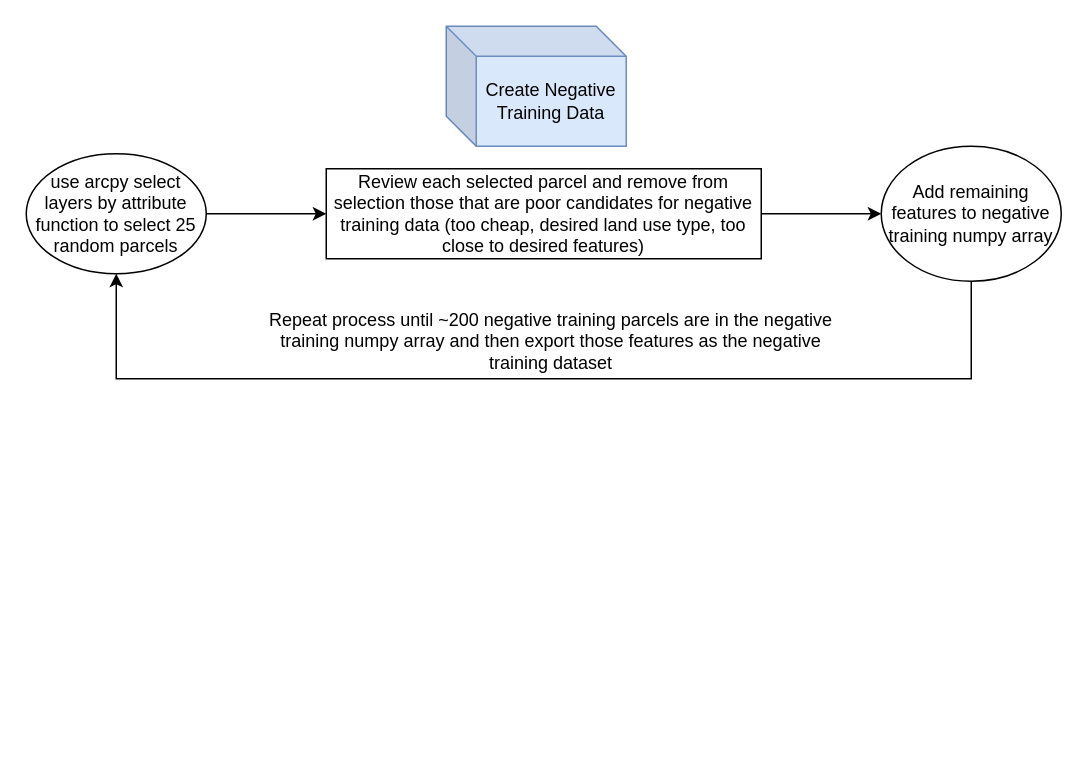
Before: page "Page-2" (2 of 3) of lab04/FinalProject.drawio in lsageser1/GIS5571, a draw.io diagram. Source tidied: cells renumbered, new cells numbered last; positions are measured from the earlier drawing's top-left corner, leaving out a move shared by most shapes. Both pictures are drawn from the tidied source at 150%, with x=0, y=0 at pixel (26, 26).
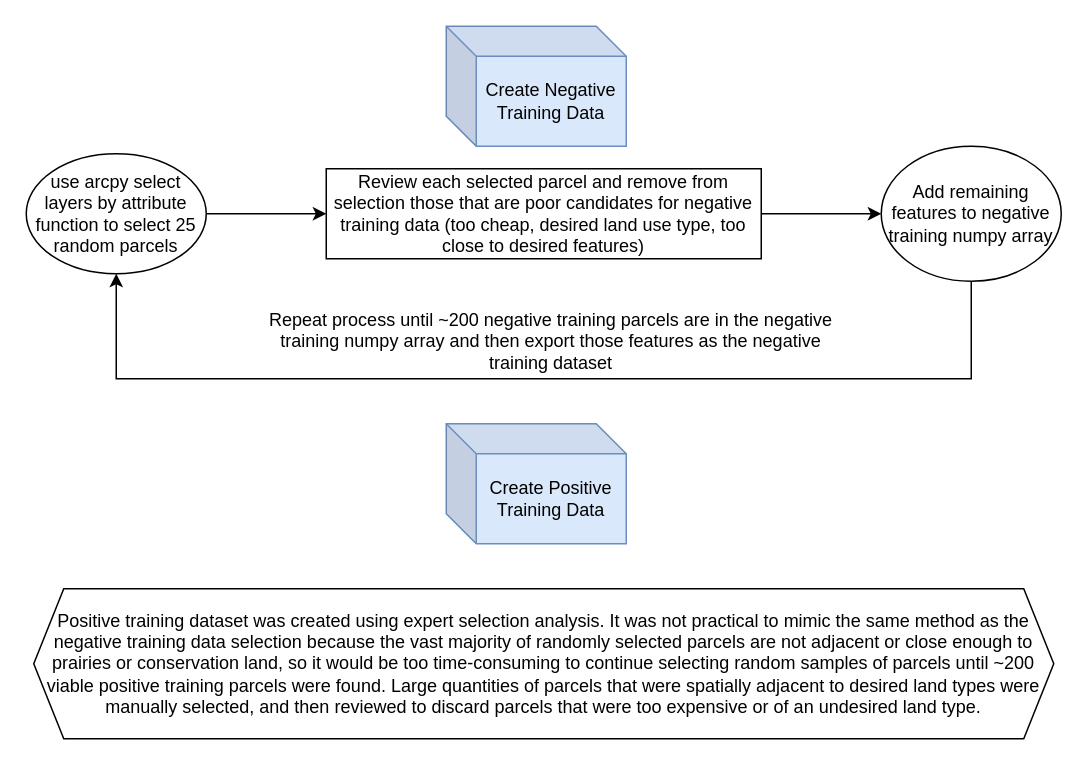
The same page after the edit.

Diff of the diagram source:
```diff
@@
 <mxGraphModel>
   <root>
     <mxCell id="0" />
     <mxCell id="1" parent="0" />
     <mxCell id="2" value="Create Negative Training Data" style="shape=cube;whiteSpace=wrap;html=1;boundedLbl=1;backgroundOutline=1;darkOpacity=0.05;darkOpacity2=0.1;fillColor=#dae8fc;strokeColor=#6c8ebf;" parent="1" vertex="1">
       <mxGeometry x="280" width="120" height="80" as="geometry" />
     </mxCell>
     <mxCell id="3" style="edgeStyle=orthogonalEdgeStyle;rounded=0;jettySize=auto;html=1;" parent="1" edge="1" source="4" target="6">
       <mxGeometry relative="1" as="geometry" />
     </mxCell>
     <mxCell id="4" value="use arcpy select layers by attribute function to select 25 random parcels" style="ellipse;whiteSpace=wrap;html=1;" parent="1" vertex="1">
       <mxGeometry y="85" width="120" height="80" as="geometry" />
     </mxCell>
     <mxCell id="5" style="edgeStyle=orthogonalEdgeStyle;rounded=0;jettySize=auto;html=1;" parent="1" edge="1" source="6" target="7">
       <mxGeometry relative="1" as="geometry" />
     </mxCell>
     <mxCell id="6" value="Review each selected parcel and remove from selection those that are poor candidates for negative training data (too cheap, desired land use type, too close to desired features)" style="whiteSpace=wrap;html=1;" parent="1" vertex="1">
       <mxGeometry x="200" y="95" width="290" height="60" as="geometry" />
     </mxCell>
     <mxCell id="7" value="Add remaining features to negative training numpy array" style="ellipse;whiteSpace=wrap;html=1;" parent="1" vertex="1">
       <mxGeometry x="570" y="80" width="120" height="90" as="geometry" />
     </mxCell>
     <mxCell id="8" style="endArrow=classic;html=1;rounded=0;exitX=0.5;exitY=1;exitDx=0;exitDy=0;entryX=0.5;entryY=1;entryDx=0;entryDy=0;" parent="1" edge="1" source="7" target="4">
       <mxGeometry relative="1" as="geometry">
         <Array as="points">
           <mxPoint x="630" y="235" />
           <mxPoint x="60" y="235" />
         </Array>
       </mxGeometry>
     </mxCell>
     <mxCell id="9" value="Repeat process until ~200 negative training parcels are in the negative training numpy array and then export those features as the negative training dataset" style="text;html=1;strokeColor=none;fillColor=none;align=center;verticalAlign=middle;whiteSpace=wrap;rounded=0;" parent="1" vertex="1">
       <mxGeometry x="160" y="195" width="380" height="30" as="geometry" />
     </mxCell>
+    <mxCell id="10" value="Create Positive Training Data" style="shape=cube;whiteSpace=wrap;html=1;boundedLbl=1;backgroundOutline=1;darkOpacity=0.05;darkOpacity2=0.1;fillColor=#dae8fc;strokeColor=#6c8ebf;" parent="1" vertex="1">
+      <mxGeometry x="280" y="265" width="120" height="80" as="geometry" />
+    </mxCell>
+    <mxCell id="11" value="Positive training dataset was created using expert selection analysis. It was not practical to mimic the same method as the negative training data selection because the vast majority of randomly selected parcels are not adjacent or close enough to prairies or conservation land, so it would be too time-consuming to continue selecting random samples of parcels until ~200 viable positive training parcels were found. Large quantities of parcels that were spatially adjacent to desired land types were manually selected, and then reviewed to discard parcels that were too expensive or of an undesired land type." style="shape=hexagon;perimeter=hexagonPerimeter2;whiteSpace=wrap;html=1;fixedSize=1;" parent="1" vertex="1">
+      <mxGeometry x="5" y="375" width="680" height="100" as="geometry" />
+    </mxCell>
   </root>
 </mxGraphModel>
```
